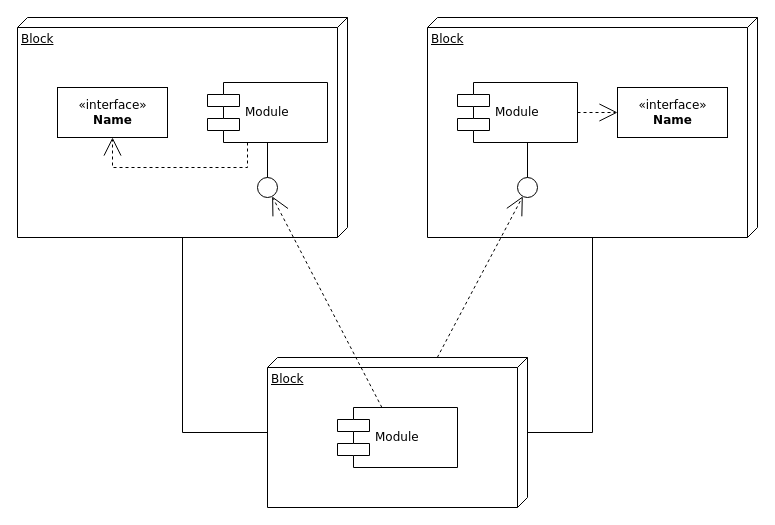
sammymatt/drvr keeps this draw.io diagram as DRVR.drawio. Above is the earlier version. Source tidied: cells renumbered, new cells numbered last; positions are measured from the earlier drawing's top-left corner, leaving out a move shared by most shapes. Both pictures are drawn from the tidied source at 100%, with x=0, y=0 at pixel (17, 17).
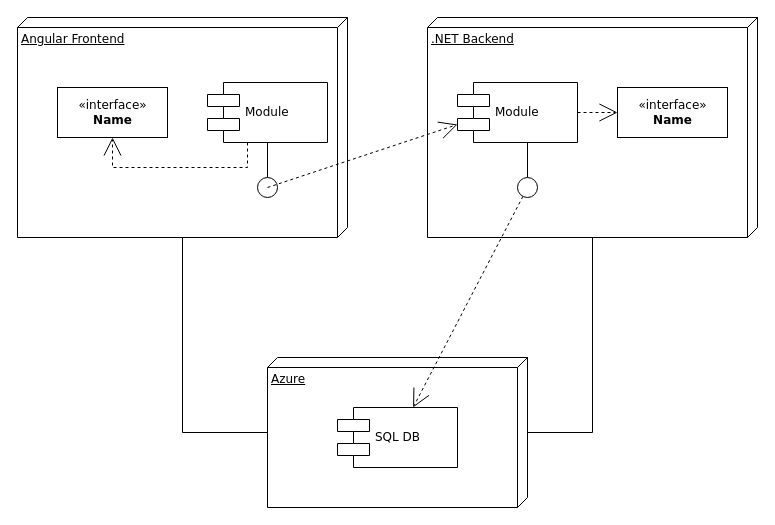
Above is the later version.

Unchanged cells that the change refers to:
```xml
<mxCell id="7" style="ellipse;whiteSpace=wrap;html=1;rounded=0;shadow=0;comic=0;labelBackgroundColor=none;strokeWidth=1;fontFamily=Verdana;fontSize=12;align=center;" parent="1" vertex="1">
  <mxGeometry x="240" y="160" width="20" height="20" as="geometry" />
</mxCell>
<mxCell id="8" value="Module" style="shape=component;align=left;spacingLeft=36;rounded=0;shadow=0;comic=0;labelBackgroundColor=none;strokeWidth=1;fontFamily=Verdana;fontSize=12;html=1;" parent="1" vertex="1">
  <mxGeometry x="440" y="65" width="120" height="60" as="geometry" />
</mxCell>
<mxCell id="10" style="ellipse;whiteSpace=wrap;html=1;rounded=0;shadow=0;comic=0;labelBackgroundColor=none;strokeWidth=1;fontFamily=Verdana;fontSize=12;align=center;" parent="1" vertex="1">
  <mxGeometry x="500" y="160" width="20" height="20" as="geometry" />
</mxCell>
```

Diff of the diagram source:
```diff
@@
-    <mxCell id="2" value="Block" style="verticalAlign=top;align=left;spacingTop=8;spacingLeft=2;spacingRight=12;shape=cube;size=10;direction=south;fontStyle=4;html=1;rounded=0;shadow=0;comic=0;labelBackgroundColor=none;strokeWidth=1;fontFamily=Verdana;fontSize=12;" parent="1" vertex="1">
+    <mxCell id="2" value="Angular Frontend" style="verticalAlign=top;align=left;spacingTop=8;spacingLeft=2;spacingRight=12;shape=cube;size=10;direction=south;fontStyle=4;html=1;rounded=0;shadow=0;comic=0;labelBackgroundColor=none;strokeWidth=1;fontFamily=Verdana;fontSize=12;" parent="1" vertex="1">
       <mxGeometry width="330" height="220" as="geometry" />
     </mxCell>
-    <mxCell id="3" value="Block" style="verticalAlign=top;align=left;spacingTop=8;spacingLeft=2;spacingRight=12;shape=cube;size=10;direction=south;fontStyle=4;html=1;rounded=0;shadow=0;comic=0;labelBackgroundColor=none;strokeWidth=1;fontFamily=Verdana;fontSize=12;" parent="1" vertex="1">
+    <mxCell id="3" value=".NET Backend" style="verticalAlign=top;align=left;spacingTop=8;spacingLeft=2;spacingRight=12;shape=cube;size=10;direction=south;fontStyle=4;html=1;rounded=0;shadow=0;comic=0;labelBackgroundColor=none;strokeWidth=1;fontFamily=Verdana;fontSize=12;" parent="1" vertex="1">
       <mxGeometry x="410" width="330" height="220" as="geometry" />
     </mxCell>
-    <mxCell id="4" value="Block" style="verticalAlign=top;align=left;spacingTop=8;spacingLeft=2;spacingRight=12;shape=cube;size=10;direction=south;fontStyle=4;html=1;rounded=0;shadow=0;comic=0;labelBackgroundColor=none;strokeWidth=1;fontFamily=Verdana;fontSize=12;" parent="1" vertex="1">
+    <mxCell id="4" value="Azure" style="verticalAlign=top;align=left;spacingTop=8;spacingLeft=2;spacingRight=12;shape=cube;size=10;direction=south;fontStyle=4;html=1;rounded=0;shadow=0;comic=0;labelBackgroundColor=none;strokeWidth=1;fontFamily=Verdana;fontSize=12;" parent="1" vertex="1">
       <mxGeometry x="250" y="340" width="260" height="150" as="geometry" />
     </mxCell>
@@
-    <mxCell id="11" value="Module" style="shape=component;align=left;spacingLeft=36;rounded=0;shadow=0;comic=0;labelBackgroundColor=none;strokeWidth=1;fontFamily=Verdana;fontSize=12;html=1;" parent="1" vertex="1">
+    <mxCell id="11" value="SQL DB" style="shape=component;align=left;spacingLeft=36;rounded=0;shadow=0;comic=0;labelBackgroundColor=none;strokeWidth=1;fontFamily=Verdana;fontSize=12;html=1;" parent="1" vertex="1">
       <mxGeometry x="320" y="390" width="120" height="60" as="geometry" />
     </mxCell>
-    <mxCell id="12" style="edgeStyle=none;rounded=0;html=1;dashed=1;labelBackgroundColor=none;startArrow=none;startFill=0;startSize=8;endArrow=open;endFill=0;endSize=16;fontFamily=Verdana;fontSize=12;" parent="1" edge="1" source="11" target="7">
-      <mxGeometry relative="1" as="geometry" />
-    </mxCell>
-    <mxCell id="13" style="edgeStyle=none;rounded=0;html=1;dashed=1;labelBackgroundColor=none;startArrow=none;startFill=0;startSize=8;endArrow=open;endFill=0;endSize=16;fontFamily=Verdana;fontSize=12;" parent="1" edge="1" source="4" target="10">
+    <mxCell id="13" style="edgeStyle=none;rounded=0;html=1;dashed=1;labelBackgroundColor=none;startArrow=none;startFill=0;startSize=8;endArrow=open;endFill=0;endSize=16;fontFamily=Verdana;fontSize=12;" parent="1" edge="1" source="10" target="11">
       <mxGeometry relative="1" as="geometry" />
     </mxCell>
@@
+    <mxCell id="20" style="edgeStyle=none;rounded=0;html=1;dashed=1;labelBackgroundColor=none;startArrow=none;startFill=0;startSize=8;endArrow=open;endFill=0;endSize=16;fontFamily=Verdana;fontSize=12;entryX=0;entryY=0.7;entryDx=0;entryDy=0;" parent="1" edge="1" target="8">
+      <mxGeometry relative="1" as="geometry">
+        <mxPoint x="250" y="170" as="sourcePoint" />
+      </mxGeometry>
+    </mxCell>
```
